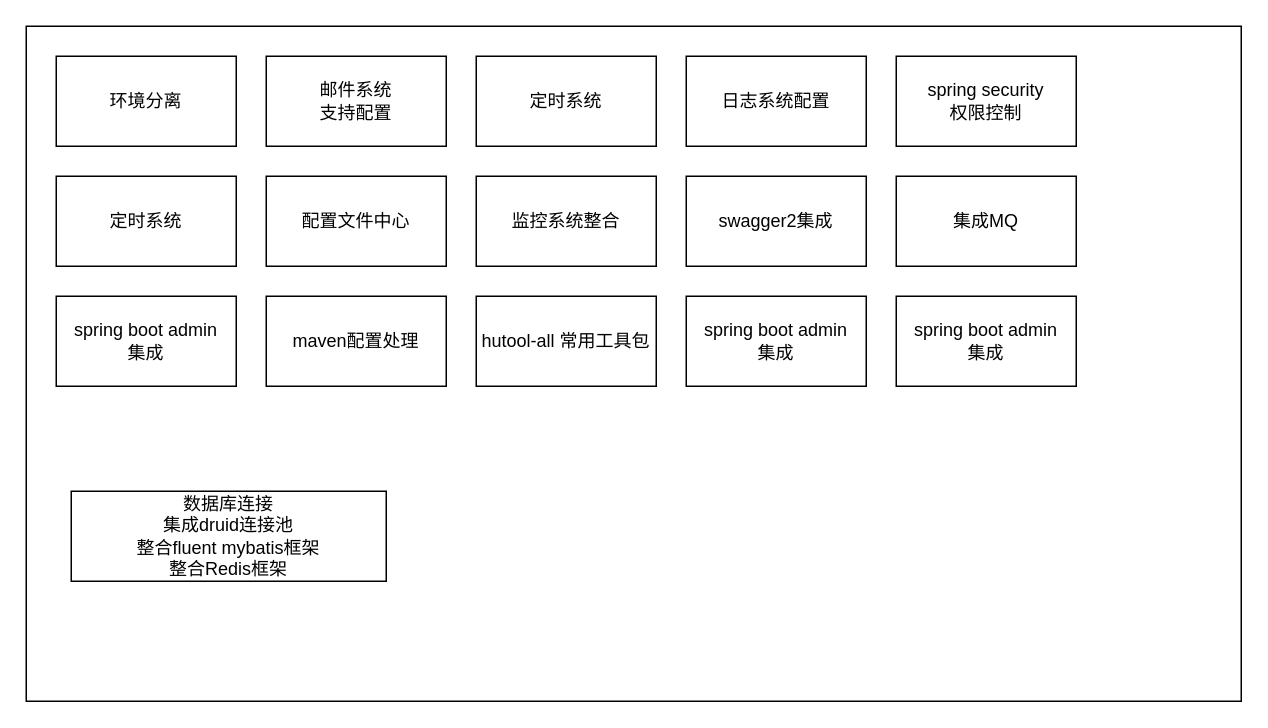
Earlier version of the draw.io diagram 系统搭建基础.drawio (rishengcanye/DesignDiagram). Source tidied: cells renumbered, new cells numbered last; positions are measured from the earlier drawing's top-left corner, leaving out a move shared by most shapes. Both pictures are drawn from the tidied source at 150%, with x=0, y=0 at pixel (26, 26).
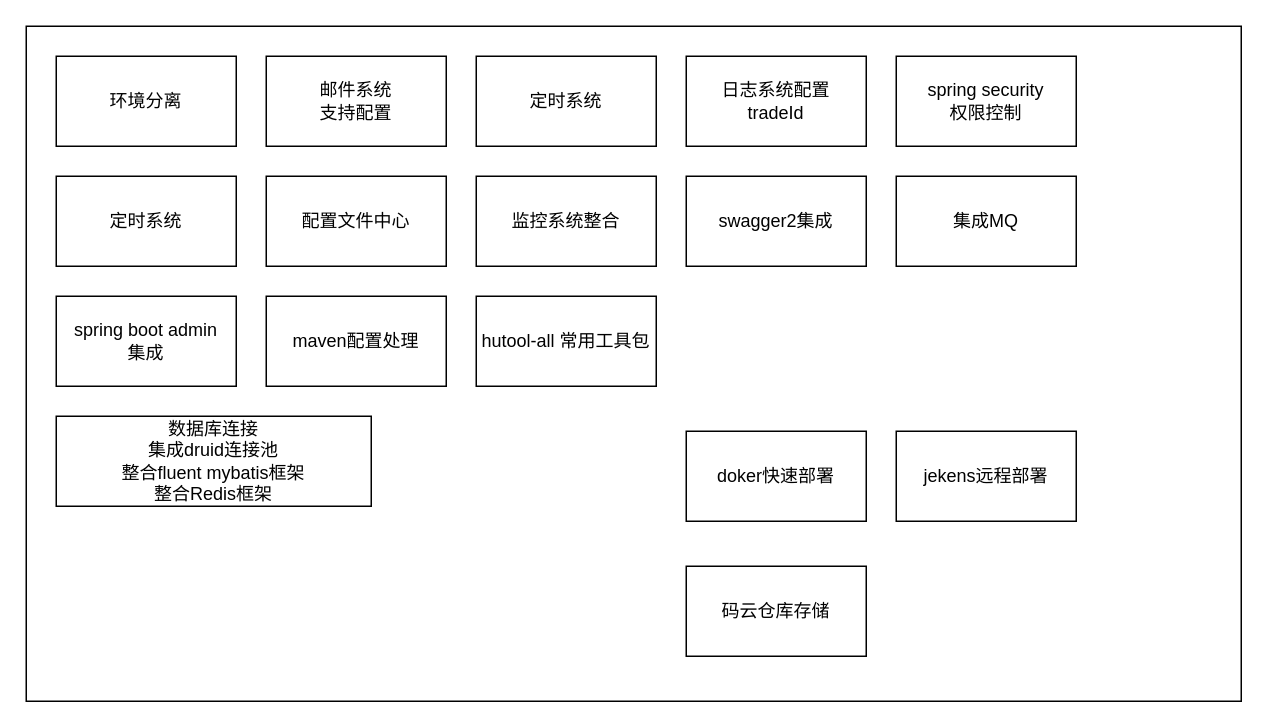
The same page after the edit.

Commit message:
Update 系统搭建基础.drawio

The edit, as a diff of the source:
```diff
@@
 <mxGraphModel>
   <root>
     <mxCell id="0" />
     <mxCell id="1" parent="0" />
     <mxCell id="2" style="rounded=0;whiteSpace=wrap;html=1;" parent="1" vertex="1">
       <mxGeometry width="810" height="450" as="geometry" />
     </mxCell>
     <mxCell id="3" value="环境分离" style="rounded=0;whiteSpace=wrap;html=1;" parent="1" vertex="1">
       <mxGeometry x="20" y="20" width="120" height="60" as="geometry" />
     </mxCell>
     <mxCell id="4" value="邮件系统&lt;br&gt;支持配置" style="rounded=0;whiteSpace=wrap;html=1;" parent="1" vertex="1">
       <mxGeometry x="160" y="20" width="120" height="60" as="geometry" />
     </mxCell>
     <mxCell id="5" value="定时系统" style="rounded=0;whiteSpace=wrap;html=1;" parent="1" vertex="1">
       <mxGeometry x="300" y="20" width="120" height="60" as="geometry" />
     </mxCell>
     <mxCell id="6" value="定时系统" style="rounded=0;whiteSpace=wrap;html=1;" parent="1" vertex="1">
       <mxGeometry x="20" y="100" width="120" height="60" as="geometry" />
     </mxCell>
     <mxCell id="7" value="数据库连接&lt;br&gt;集成druid连接池&lt;br&gt;整合fluent&amp;nbsp;mybatis框架&lt;br&gt;整合Redis框架" style="rounded=0;whiteSpace=wrap;html=1;" parent="1" vertex="1">
-      <mxGeometry x="30" y="310" width="210" height="60" as="geometry" />
+      <mxGeometry x="20" y="260" width="210" height="60" as="geometry" />
     </mxCell>
     <mxCell id="8" value="监控系统整合" style="rounded=0;whiteSpace=wrap;html=1;" parent="1" vertex="1">
       <mxGeometry x="300" y="100" width="120" height="60" as="geometry" />
     </mxCell>
     <mxCell id="9" value="配置文件中心" style="rounded=0;whiteSpace=wrap;html=1;" parent="1" vertex="1">
       <mxGeometry x="160" y="100" width="120" height="60" as="geometry" />
     </mxCell>
     <mxCell id="10" value="swagger2集成" style="rounded=0;whiteSpace=wrap;html=1;" parent="1" vertex="1">
       <mxGeometry x="440" y="100" width="120" height="60" as="geometry" />
     </mxCell>
-    <mxCell id="11" value="日志系统配置" style="rounded=0;whiteSpace=wrap;html=1;" parent="1" vertex="1">
+    <mxCell id="11" value="日志系统配置&lt;br&gt;tradeId" style="rounded=0;whiteSpace=wrap;html=1;" parent="1" vertex="1">
       <mxGeometry x="440" y="20" width="120" height="60" as="geometry" />
     </mxCell>
     <mxCell id="12" value="spring security&lt;br&gt;权限控制" style="rounded=0;whiteSpace=wrap;html=1;" parent="1" vertex="1">
       <mxGeometry x="580" y="20" width="120" height="60" as="geometry" />
     </mxCell>
     <mxCell id="13" value="集成MQ" style="rounded=0;whiteSpace=wrap;html=1;" parent="1" vertex="1">
       <mxGeometry x="580" y="100" width="120" height="60" as="geometry" />
     </mxCell>
     <mxCell id="14" value="spring boot admin&lt;br&gt;集成" style="rounded=0;whiteSpace=wrap;html=1;" parent="1" vertex="1">
       <mxGeometry x="20" y="180" width="120" height="60" as="geometry" />
     </mxCell>
     <mxCell id="15" value="maven配置处理" style="rounded=0;whiteSpace=wrap;html=1;" parent="1" vertex="1">
       <mxGeometry x="160" y="180" width="120" height="60" as="geometry" />
     </mxCell>
     <mxCell id="16" value="hutool-all 常用工具包" style="rounded=0;whiteSpace=wrap;html=1;" parent="1" vertex="1">
       <mxGeometry x="300" y="180" width="120" height="60" as="geometry" />
     </mxCell>
-    <mxCell id="17" value="spring boot admin&lt;br&gt;集成" style="rounded=0;whiteSpace=wrap;html=1;" parent="1" vertex="1">
-      <mxGeometry x="440" y="180" width="120" height="60" as="geometry" />
+    <mxCell id="17" value="doker快速部署" style="rounded=0;whiteSpace=wrap;html=1;" parent="1" vertex="1">
+      <mxGeometry x="440" y="270" width="120" height="60" as="geometry" />
     </mxCell>
-    <mxCell id="18" value="spring boot admin&lt;br&gt;集成" style="rounded=0;whiteSpace=wrap;html=1;" parent="1" vertex="1">
-      <mxGeometry x="580" y="180" width="120" height="60" as="geometry" />
+    <mxCell id="18" value="jekens远程部署" style="rounded=0;whiteSpace=wrap;html=1;" parent="1" vertex="1">
+      <mxGeometry x="580" y="270" width="120" height="60" as="geometry" />
     </mxCell>
+    <mxCell id="19" value="码云仓库存储" style="rounded=0;whiteSpace=wrap;html=1;" parent="1" vertex="1">
+      <mxGeometry x="440" y="360" width="120" height="60" as="geometry" />
+    </mxCell>
   </root>
 </mxGraphModel>
```
